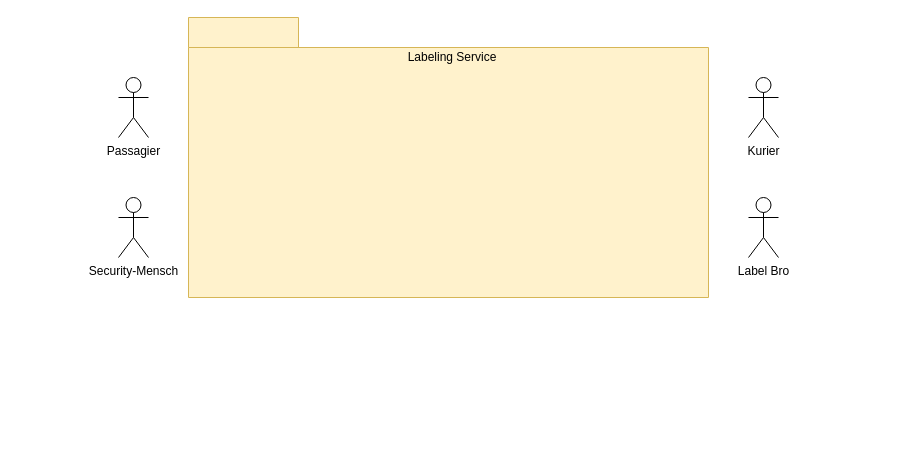
Above: lb_system-diagramm.drawio in ferreric/ffhs_swem (draw.io), before the change. Source tidied: cells renumbered, new cells numbered last; positions are measured from the earlier drawing's top-left corner, leaving out a move shared by most shapes. Both pictures are drawn from the tidied source at 100%, with x=0, y=0 at pixel (118, 17).
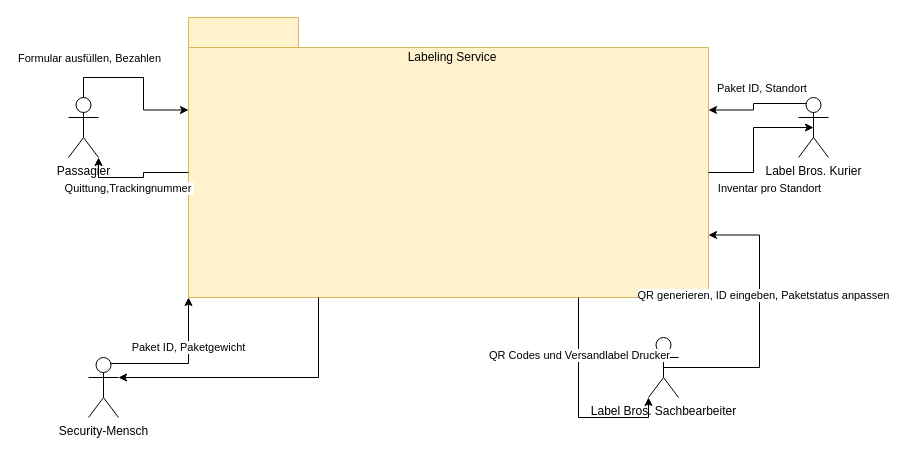
The same page after the edit.

The change refers to these unchanged cells:
```xml
<mxCell id="2" style="shape=folder;fontStyle=1;tabWidth=110;tabHeight=30;tabPosition=left;html=1;boundedLbl=1;labelInHeader=1;whiteSpace=wrap;fillColor=#fff2cc;strokeColor=#d6b656;" parent="1" vertex="1">
  <mxGeometry x="70" width="520" height="280" as="geometry" />
</mxCell>
```

The edit, as a diff of the source:
```diff
@@
     <mxCell id="4" value="Passagier" style="shape=umlActor;verticalLabelPosition=bottom;verticalAlign=top;html=1;" parent="1" vertex="1">
-      <mxGeometry y="60" width="30" height="60" as="geometry" />
+      <mxGeometry x="-50" y="80" width="30" height="60" as="geometry" />
     </mxCell>
     <mxCell id="5" value="Security-Mensch" style="shape=umlActor;verticalLabelPosition=bottom;verticalAlign=top;html=1;" parent="1" vertex="1">
-      <mxGeometry y="180" width="30" height="60" as="geometry" />
+      <mxGeometry x="-30" y="340" width="30" height="60" as="geometry" />
     </mxCell>
-    <mxCell id="6" value="Kurier" style="shape=umlActor;verticalLabelPosition=bottom;verticalAlign=top;html=1;" parent="1" vertex="1">
-      <mxGeometry x="630" y="60" width="30" height="60" as="geometry" />
+    <mxCell id="6" value="Label Bros. Kurier&lt;br&gt;" style="shape=umlActor;verticalLabelPosition=bottom;verticalAlign=top;html=1;" parent="1" vertex="1">
+      <mxGeometry x="680" y="80" width="30" height="60" as="geometry" />
     </mxCell>
-    <mxCell id="7" value="Label Bro" style="shape=umlActor;verticalLabelPosition=bottom;verticalAlign=top;html=1;" parent="1" vertex="1">
-      <mxGeometry x="630" y="180" width="30" height="60" as="geometry" />
+    <mxCell id="7" value="Label Bros. Sachbearbeiter&lt;br&gt;" style="shape=umlActor;verticalLabelPosition=bottom;verticalAlign=top;html=1;" parent="1" vertex="1">
+      <mxGeometry x="530" y="320" width="30" height="60" as="geometry" />
     </mxCell>
+    <mxCell id="8" style="edgeStyle=orthogonalEdgeStyle;rounded=0;jettySize=auto;html=1;exitX=0.75;exitY=0.1;exitDx=0;exitDy=0;exitPerimeter=0;entryX=0;entryY=0;entryDx=0;entryDy=280;entryPerimeter=0;" parent="1" edge="1" source="5" target="2">
+      <mxGeometry relative="1" as="geometry" />
+    </mxCell>
+    <mxCell id="9" value="Paket ID, Paketgewicht" style="edgeLabel;html=1;align=center;verticalAlign=middle;" parent="8" vertex="1">
+      <mxGeometry x="0.3" y="-1" relative="1" as="geometry">
+        <mxPoint x="-2" y="-1" as="offset" />
+      </mxGeometry>
+    </mxCell>
+    <mxCell id="10" style="edgeStyle=orthogonalEdgeStyle;rounded=0;jettySize=auto;html=1;exitX=0.25;exitY=1;exitDx=0;exitDy=0;exitPerimeter=0;entryX=1;entryY=0.3333333333333333;entryDx=0;entryDy=0;entryPerimeter=0;" parent="1" edge="1" source="2" target="5">
+      <mxGeometry relative="1" as="geometry" />
+    </mxCell>
+    <mxCell id="11" style="edgeStyle=orthogonalEdgeStyle;rounded=0;jettySize=auto;html=1;exitX=0.5;exitY=0;exitDx=0;exitDy=0;exitPerimeter=0;entryX=0;entryY=0;entryDx=0;entryDy=92.5;entryPerimeter=0;" parent="1" edge="1" source="4" target="2">
+      <mxGeometry relative="1" as="geometry" />
+    </mxCell>
+    <mxCell id="12" value="Formular ausfüllen, Bezahlen" style="edgeLabel;html=1;align=center;verticalAlign=middle;" parent="11" vertex="1">
+      <mxGeometry x="-0.6" y="-2" relative="1" as="geometry">
+        <mxPoint x="-7" y="-22" as="offset" />
+      </mxGeometry>
+    </mxCell>
+    <mxCell id="13" style="edgeStyle=orthogonalEdgeStyle;rounded=0;jettySize=auto;html=1;exitX=0;exitY=0;exitDx=0;exitDy=155;exitPerimeter=0;entryX=1;entryY=1;entryDx=0;entryDy=0;entryPerimeter=0;" parent="1" edge="1" source="2" target="4">
+      <mxGeometry relative="1" as="geometry" />
+    </mxCell>
+    <mxCell id="14" value="Quittung,Trackingnummer&amp;nbsp;" style="edgeLabel;html=1;align=center;verticalAlign=middle;" parent="13" vertex="1">
+      <mxGeometry x="-0.1" y="-2" relative="1" as="geometry">
+        <mxPoint x="-13" y="12" as="offset" />
+      </mxGeometry>
+    </mxCell>
+    <mxCell id="15" style="edgeStyle=orthogonalEdgeStyle;rounded=0;jettySize=auto;html=1;exitX=0.25;exitY=0.1;exitDx=0;exitDy=0;exitPerimeter=0;entryX=0;entryY=0;entryDx=520;entryDy=92.5;entryPerimeter=0;" parent="1" edge="1" source="6" target="2">
+      <mxGeometry relative="1" as="geometry" />
+    </mxCell>
+    <mxCell id="16" value="Paket ID, Standort&amp;nbsp;" style="edgeLabel;html=1;align=center;verticalAlign=middle;" parent="15" vertex="1">
+      <mxGeometry x="-0.18" y="-3" relative="1" as="geometry">
+        <mxPoint y="-13" as="offset" />
+      </mxGeometry>
+    </mxCell>
+    <mxCell id="17" style="edgeStyle=orthogonalEdgeStyle;rounded=0;jettySize=auto;html=1;exitX=0;exitY=0;exitDx=520;exitDy=155;exitPerimeter=0;entryX=0.5;entryY=0.5;entryDx=0;entryDy=0;entryPerimeter=0;" parent="1" edge="1" source="2" target="6">
+      <mxGeometry relative="1" as="geometry" />
+    </mxCell>
+    <mxCell id="18" value="Inventar pro Standort" style="edgeLabel;html=1;align=center;verticalAlign=middle;" parent="17" vertex="1">
+      <mxGeometry x="-0.46" y="-5" relative="1" as="geometry">
+        <mxPoint x="19" y="10" as="offset" />
+      </mxGeometry>
+    </mxCell>
+    <mxCell id="19" style="edgeStyle=orthogonalEdgeStyle;rounded=0;jettySize=auto;html=1;exitX=0.75;exitY=1;exitDx=0;exitDy=0;exitPerimeter=0;entryX=0;entryY=1;entryDx=0;entryDy=0;entryPerimeter=0;" parent="1" edge="1" source="2" target="7">
+      <mxGeometry relative="1" as="geometry" />
+    </mxCell>
+    <mxCell id="20" value="QR Codes und Versandlabel Drucker" style="edgeLabel;html=1;align=center;verticalAlign=middle;" parent="19" vertex="1">
+      <mxGeometry x="-0.46" relative="1" as="geometry" />
+    </mxCell>
+    <mxCell id="21" style="edgeStyle=orthogonalEdgeStyle;rounded=0;jettySize=auto;html=1;exitX=0.5;exitY=0.5;exitDx=0;exitDy=0;exitPerimeter=0;entryX=0;entryY=0;entryDx=520;entryDy=217.5;entryPerimeter=0;" parent="1" edge="1" source="7" target="2">
+      <mxGeometry relative="1" as="geometry">
+        <Array as="points">
+          <mxPoint x="641" y="350" />
+          <mxPoint x="641" y="218" />
+        </Array>
+      </mxGeometry>
+    </mxCell>
+    <mxCell id="22" value="QR generieren, ID eingeben, Paketstatus anpassen" style="edgeLabel;html=1;align=center;verticalAlign=middle;" parent="21" vertex="1">
+      <mxGeometry x="0.21" y="-3" relative="1" as="geometry" />
+    </mxCell>
```
